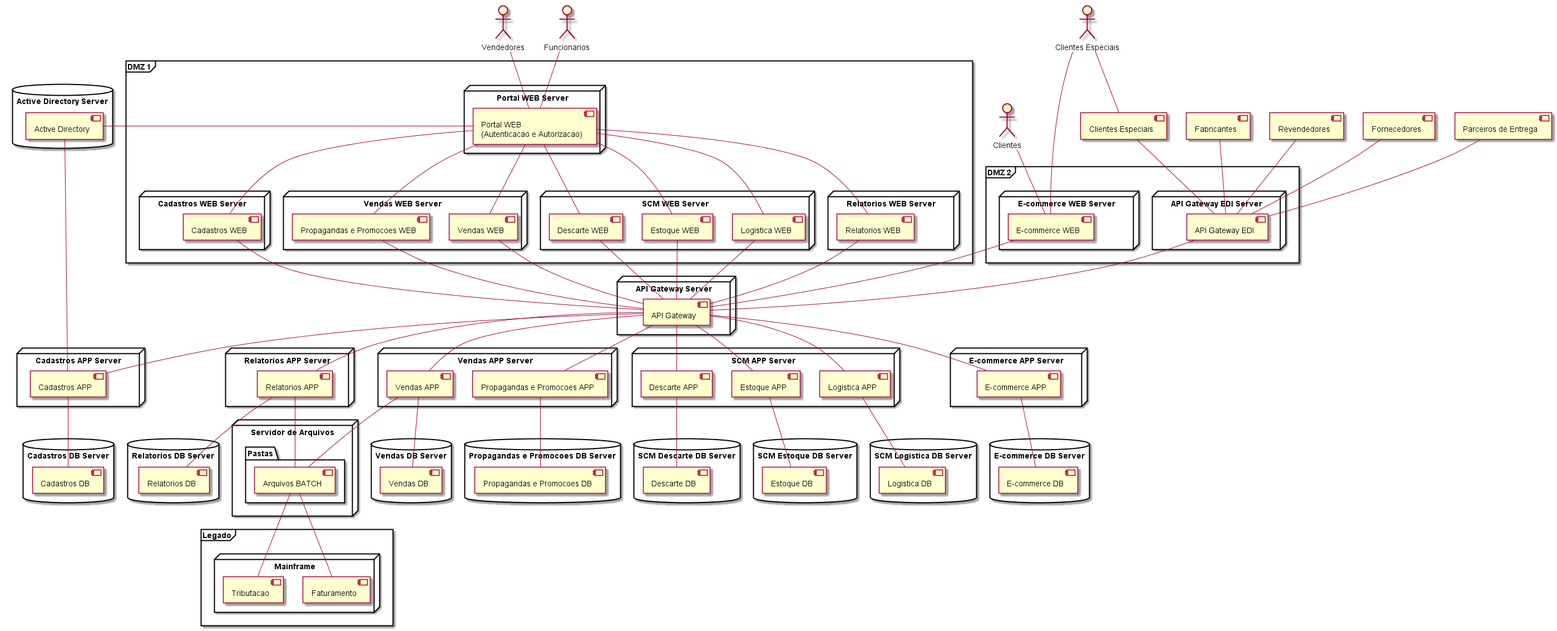
The PlantUML diagram diagramas/implantacao/script.png in herberton/tcc, before a commit. The source it was exported from:
```plantuml
@startuml

	skinparam componentStyle uml2

	actor Clientes								as AC
	actor :Clientes Especiais: 					as ACE
	actor :Vendedores:							as AV
	actor :Funcionarios:						as AF

	[Clientes Especiais] 						as CCE
	[Fabricantes] 								as CFA
	[Revendedores] 								as CR
	[Fornecedores] 								as CFO
	[Parceiros de Entrega] 						as CPE



		frame "DMZ 1" {

			node "Portal WEB Server" {
				component CWAA [
					Portal WEB
					(Autenticacao e Autorizacao)
				]
			}
			node "Cadastros WEB Server" {
				[Cadastros WEB] 				as CWC
			}
			node "Vendas WEB Server" {
				[Vendas WEB]					as CWV
				[Propagandas e Promocoes WEB]	as CWPP
			}
			node "SCM WEB Server" {
				[Estoque WEB] 					as CWE
				[Descarte WEB]					as CWD
				[Logistica WEB]					as CWL
			}
			node "Relatorios WEB Server" {
				[Relatorios WEB] 				as CWR
			}
		}

		frame "DMZ 2" {

			node "E-commerce WEB Server" {
				[E-commerce WEB]				as CWEC
			}
			node "API Gateway EDI Server" {
				[API Gateway EDI]				as CAGE
			}
		}


		node "API Gateway Server" {
			[API Gateway] 						as CAG
		}

		node "Cadastros APP Server" {
			[Cadastros APP]						as CAC
		}
		node "Vendas APP Server" {
			[Vendas APP] 						as CAV
			[Propagandas e Promocoes APP]		as CAPP

		}
		node "SCM APP Server" {
			[Descarte APP]						as CAD
			[Estoque APP] 						as CAE
			[Logistica APP] 					as CAL
		}
		node "Relatorios APP Server" {
			[Relatorios APP] 					as CAR
		}
		node "E-commerce APP Server" {
			[E-commerce APP] 					as CAEC
		}

		database  "Active Directory Server" {
			[Active Directory] 					as AD
		}

		database  "Cadastros DB Server" {
			[Cadastros DB] 						as CDC
		}
		database  "Vendas DB Server" {
			[Vendas DB] 						as CDV
		}
		database  "Propagandas e Promocoes DB Server" {
			[Propagandas e Promocoes DB]		as CDPP
		}
		database  "SCM Estoque DB Server" {
			[Estoque DB] 						as CDE
		}
		database  "SCM Descarte DB Server" {
			[Descarte DB] 						as CDD
		}
		database  "SCM Logistica DB Server" {
			[Logistica DB] 						as CDL
		}
		database  "Relatorios DB Server" {
			[Relatorios DB] 					as CDR
		}
		database  "E-commerce DB Server" {
			[E-commerce DB] 					as CDEC
		}

		frame "Legado" {
			node "Mainframe" {
				[Faturamento]					as CMF
				[Tributacao]					as CMT
			}
		}

		node "Servidor de Arquivos" {
			folder "Pastas" {
				[Arquivos BATCH]				as ARQ
			}
		}

		CWAA -down- CWC
		CWAA -down- CWV
		CWAA -down- CWPP
		CWAA -down- CWE
		CWAA -down- CWD
		CWAA -down- CWL
		CWAA -down- CWR

		CAGE -down- CAG

		CWEC -down- CAG
		CWC	-down- CAG
		CWV -down- CAG
		CWPP -down- CAG
		CWE -down- CAG
		CWD -down- CAG
		CWL -down- CAG
		CWR -down- CAG

		CAC	-up- CAG
		CAV -up- CAG
		CAPP -up- CAG
		CAE -up- CAG
		CAD -up- CAG
		CAL -up- CAG
		CAR -up- CAG
		CAEC -up- CAG

		CAC	-down- CDC
		CAV -down- CDV
		CAPP -down- CDPP
		CAE -down- CDE
		CAD -down- CDD
		CAL -down- CDL
		CAR -down- CDR
		CAEC -down- CDEC

		CWAA -left- AD
		CAC -up- AD

		CMF -up- ARQ
		CMT -up- ARQ
		CAV -down- ARQ
		CAR - ARQ



	CCE -down- CAGE
	CFA -down- CAGE
	CR -down- CAGE
	CFO -down- CAGE
	CPE -down- CAGE

	AC -down- CWEC
	ACE -down- CWEC
	ACE -down- CCE
	AV -down- CWAA
	AF -down- CWAA

@enduml
```
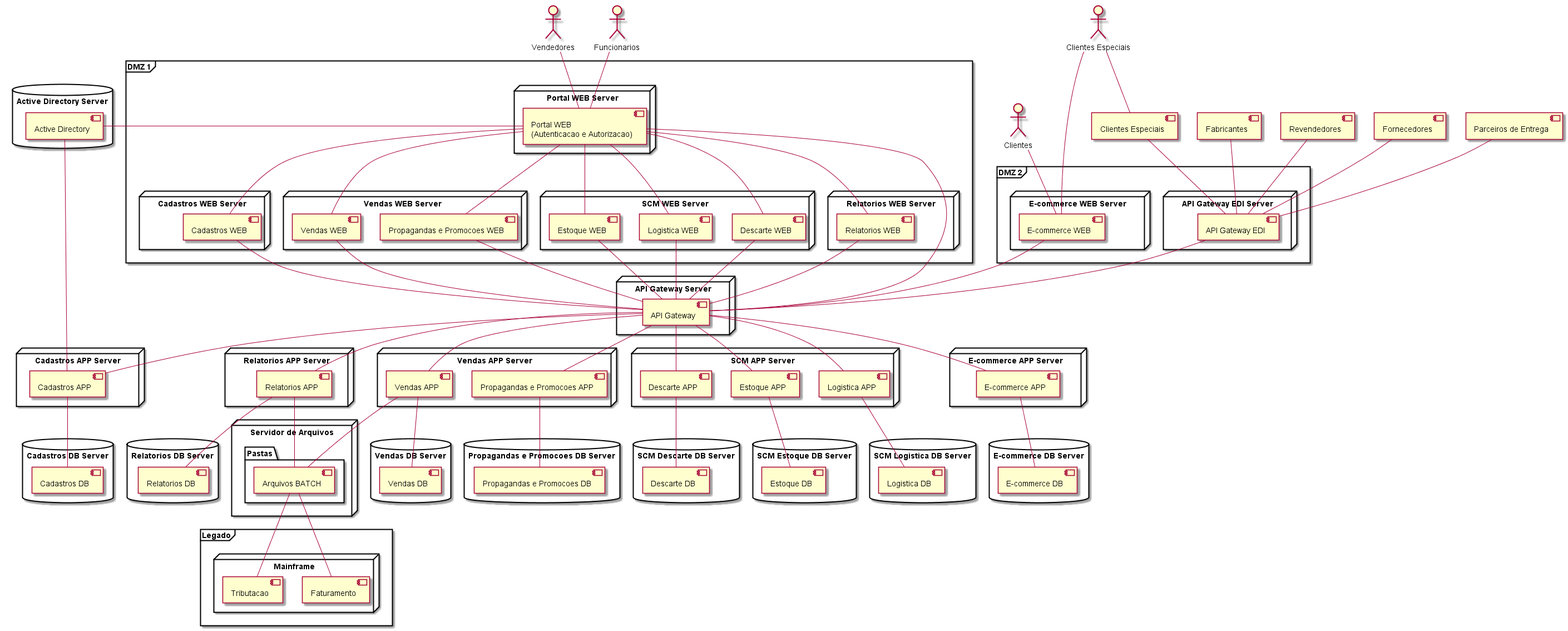
The same diagram one commit later.

Commit message:
diagrama componentes

The edit, as a diff of the source:
```diff
@@ -15,152 +15,153 @@
 
 
 
-		frame "DMZ 1" {
+	frame "DMZ 1" {
 
-			node "Portal WEB Server" {
-				component CWAA [
-					Portal WEB
-					(Autenticacao e Autorizacao)
-				]
-			}
-			node "Cadastros WEB Server" {
-				[Cadastros WEB] 				as CWC
-			}
-			node "Vendas WEB Server" {
-				[Vendas WEB]					as CWV
-				[Propagandas e Promocoes WEB]	as CWPP
-			}
-			node "SCM WEB Server" {
-				[Estoque WEB] 					as CWE
-				[Descarte WEB]					as CWD
-				[Logistica WEB]					as CWL
-			}
-			node "Relatorios WEB Server" {
-				[Relatorios WEB] 				as CWR
-			}
+		node "Portal WEB Server" {
+			component CWAA [
+				Portal WEB
+				(Autenticacao e Autorizacao)
+			]
 		}
+		node "Cadastros WEB Server" {
+			[Cadastros WEB] 				as CWC
+		}
+		node "Vendas WEB Server" {
+			[Vendas WEB]					as CWV
+			[Propagandas e Promocoes WEB]	as CWPP
+		}
+		node "SCM WEB Server" {
+			[Estoque WEB] 					as CWE
+			[Descarte WEB]					as CWD
+			[Logistica WEB]					as CWL
+		}
+		node "Relatorios WEB Server" {
+			[Relatorios WEB] 				as CWR
+		}
+	}
 
-		frame "DMZ 2" {
+	frame "DMZ 2" {
 
-			node "E-commerce WEB Server" {
-				[E-commerce WEB]				as CWEC
-			}
-			node "API Gateway EDI Server" {
-				[API Gateway EDI]				as CAGE
-			}
+		node "E-commerce WEB Server" {
+			[E-commerce WEB]				as CWEC
 		}
+		node "API Gateway EDI Server" {
+			[API Gateway EDI]				as CAGE
+		}
+	}
 
 
-		node "API Gateway Server" {
-			[API Gateway] 						as CAG
+	node "API Gateway Server" {
+		[API Gateway] 						as CAG
+	}
+
+	node "Cadastros APP Server" {
+		[Cadastros APP]						as CAC
+	}
+	node "Vendas APP Server" {
+		[Vendas APP] 						as CAV
+		[Propagandas e Promocoes APP]		as CAPP
+
+	}
+	node "SCM APP Server" {
+		[Descarte APP]						as CAD
+		[Estoque APP] 						as CAE
+		[Logistica APP] 					as CAL
+	}
+	node "Relatorios APP Server" {
+		[Relatorios APP] 					as CAR
+	}
+	node "E-commerce APP Server" {
+		[E-commerce APP] 					as CAEC
+	}
+
+	database  "Active Directory Server" {
+		[Active Directory] 					as AD
+	}
+
+	database  "Cadastros DB Server" {
+		[Cadastros DB] 						as CDC
+	}
+	database  "Vendas DB Server" {
+		[Vendas DB] 						as CDV
+	}
+	database  "Propagandas e Promocoes DB Server" {
+		[Propagandas e Promocoes DB]		as CDPP
+	}
+	database  "SCM Estoque DB Server" {
+		[Estoque DB] 						as CDE
+	}
+	database  "SCM Descarte DB Server" {
+		[Descarte DB] 						as CDD
+	}
+	database  "SCM Logistica DB Server" {
+		[Logistica DB] 						as CDL
+	}
+	database  "Relatorios DB Server" {
+		[Relatorios DB] 					as CDR
+	}
+	database  "E-commerce DB Server" {
+		[E-commerce DB] 					as CDEC
+	}
+
+	frame "Legado" {
+		node "Mainframe" {
+			[Faturamento]					as CMF
+			[Tributacao]					as CMT
 		}
+	}
 
-		node "Cadastros APP Server" {
-			[Cadastros APP]						as CAC
+	node "Servidor de Arquivos" {
+		folder "Pastas" {
+			[Arquivos BATCH]				as ARQ
 		}
-		node "Vendas APP Server" {
-			[Vendas APP] 						as CAV
-			[Propagandas e Promocoes APP]		as CAPP
+	}
 
-		}
-		node "SCM APP Server" {
-			[Descarte APP]						as CAD
-			[Estoque APP] 						as CAE
-			[Logistica APP] 					as CAL
-		}
-		node "Relatorios APP Server" {
-			[Relatorios APP] 					as CAR
-		}
-		node "E-commerce APP Server" {
-			[E-commerce APP] 					as CAEC
-		}
+	CWAA -down- CWC
+	CWAA -down- CWV
+	CWAA -down- CWPP
+	CWAA -down- CWE
+	CWAA -down- CWD
+	CWAA -down- CWL
+	CWAA -down- CWR
 
-		database  "Active Directory Server" {
-			[Active Directory] 					as AD
-		}
+	CAGE -down- CAG
 
-		database  "Cadastros DB Server" {
-			[Cadastros DB] 						as CDC
-		}
-		database  "Vendas DB Server" {
-			[Vendas DB] 						as CDV
-		}
-		database  "Propagandas e Promocoes DB Server" {
-			[Propagandas e Promocoes DB]		as CDPP
-		}
-		database  "SCM Estoque DB Server" {
-			[Estoque DB] 						as CDE
-		}
-		database  "SCM Descarte DB Server" {
-			[Descarte DB] 						as CDD
-		}
-		database  "SCM Logistica DB Server" {
-			[Logistica DB] 						as CDL
-		}
-		database  "Relatorios DB Server" {
-			[Relatorios DB] 					as CDR
-		}
-		database  "E-commerce DB Server" {
-			[E-commerce DB] 					as CDEC
-		}
+	CWAA -down- CAG
+	CWEC -down- CAG
+	CWC	-down- CAG
+	CWV -down- CAG
+	CWPP -down- CAG
+	CWE -down- CAG
+	CWD -down- CAG
+	CWL -down- CAG
+	CWR -down- CAG
 
-		frame "Legado" {
-			node "Mainframe" {
-				[Faturamento]					as CMF
-				[Tributacao]					as CMT
-			}
-		}
+	CAC	-up- CAG
+	CAV -up- CAG
+	CAPP -up- CAG
+	CAE -up- CAG
+	CAD -up- CAG
+	CAL -up- CAG
+	CAR -up- CAG
+	CAEC -up- CAG
 
-		node "Servidor de Arquivos" {
-			folder "Pastas" {
-				[Arquivos BATCH]				as ARQ
-			}
-		}
+	CAC	-down- CDC
+	CAV -down- CDV
+	CAPP -down- CDPP
+	CAE -down- CDE
+	CAD -down- CDD
+	CAL -down- CDL
+	CAR -down- CDR
+	CAEC -down- CDEC
 
-		CWAA -down- CWC
-		CWAA -down- CWV
-		CWAA -down- CWPP
-		CWAA -down- CWE
-		CWAA -down- CWD
-		CWAA -down- CWL
-		CWAA -down- CWR
+	CWAA -left- AD
+	CAC -up- AD
 
-		CAGE -down- CAG
-
-		CWEC -down- CAG
-		CWC	-down- CAG
-		CWV -down- CAG
-		CWPP -down- CAG
-		CWE -down- CAG
-		CWD -down- CAG
-		CWL -down- CAG
-		CWR -down- CAG
-
-		CAC	-up- CAG
-		CAV -up- CAG
-		CAPP -up- CAG
-		CAE -up- CAG
-		CAD -up- CAG
-		CAL -up- CAG
-		CAR -up- CAG
-		CAEC -up- CAG
-
-		CAC	-down- CDC
-		CAV -down- CDV
-		CAPP -down- CDPP
-		CAE -down- CDE
-		CAD -down- CDD
-		CAL -down- CDL
-		CAR -down- CDR
-		CAEC -down- CDEC
-
-		CWAA -left- AD
-		CAC -up- AD
-
-		CMF -up- ARQ
-		CMT -up- ARQ
-		CAV -down- ARQ
-		CAR - ARQ
+	CMF -up- ARQ
+	CMT -up- ARQ
+	CAV -down- ARQ
+	CAR - ARQ
 
 
 
```
